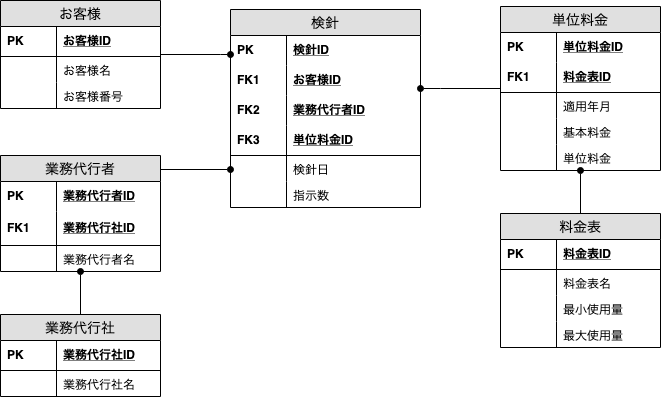
Above: 006_gas_meter_check.png in chihaso/rakurakuERD (draw.io), before the change. Source tidied: cells renumbered, new cells last; positions are measured from the earlier drawing's top-left corner, leaving out a move shared by most shapes.
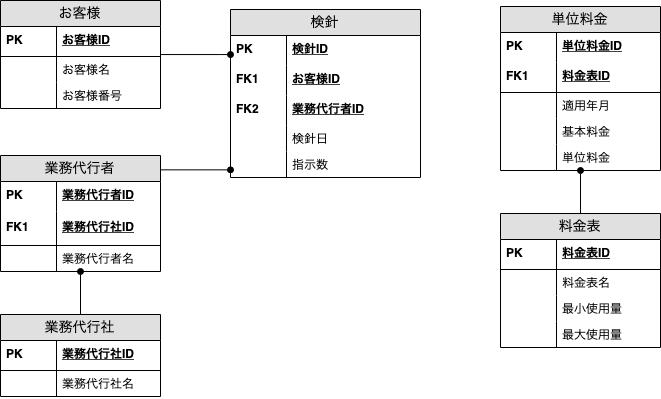
Later version of the same file.

Commit message:
検針エンティティから単位料金を削除

What changed in the source:
```diff
@@ -3,7 +3,7 @@
     <mxCell id="0" />
     <mxCell id="1" parent="0" />
     <mxCell id="2" value="検針" style="swimlane;fontStyle=0;horizontal=1;startSize=26;fillColor=#e0e0e0;swimlaneFillColor=#ffffff;align=center;fontSize=14;" parent="1" vertex="1">
-      <mxGeometry x="230" y="9" width="190" height="198" as="geometry" />
+      <mxGeometry x="230" y="9" width="190" height="168" as="geometry" />
     </mxCell>
     <mxCell id="3" value="検針ID" style="shape=partialRectangle;top=0;left=0;right=0;bottom=0;align=left;verticalAlign=middle;fillColor=none;spacingLeft=60;spacingRight=4;overflow=hidden;fontStyle=5;fontSize=12;" parent="2" vertex="1">
       <mxGeometry y="26" width="190" height="30" as="geometry" />
@@ -23,20 +23,14 @@
     <mxCell id="8" value="FK2" style="shape=partialRectangle;fontStyle=1;top=0;left=0;bottom=0;fillColor=none;align=left;verticalAlign=middle;spacingLeft=4;spacingRight=4;overflow=hidden;fontSize=12;" parent="7" vertex="1">
       <mxGeometry width="56" height="30" as="geometry" />
     </mxCell>
-    <mxCell id="9" value="単位料金ID" style="shape=partialRectangle;top=0;left=0;right=0;bottom=1;align=left;verticalAlign=middle;fillColor=none;spacingLeft=60;spacingRight=4;overflow=hidden;fontStyle=5;fontSize=12;" parent="2" vertex="1">
-      <mxGeometry y="116" width="190" height="30" as="geometry" />
-    </mxCell>
-    <mxCell id="10" value="FK3" style="shape=partialRectangle;fontStyle=1;top=0;left=0;bottom=0;fillColor=none;align=left;verticalAlign=middle;spacingLeft=4;spacingRight=4;overflow=hidden;fontSize=12;" parent="9" vertex="1">
-      <mxGeometry width="56" height="30" as="geometry" />
-    </mxCell>
     <mxCell id="11" value="検針日" style="shape=partialRectangle;top=0;left=0;right=0;bottom=0;align=left;verticalAlign=top;fillColor=none;spacingLeft=60;spacingRight=4;overflow=hidden;fontSize=12;" parent="2" vertex="1">
-      <mxGeometry y="146" width="190" height="26" as="geometry" />
+      <mxGeometry y="116" width="190" height="26" as="geometry" />
     </mxCell>
     <mxCell id="12" style="shape=partialRectangle;top=0;left=0;bottom=0;fillColor=none;align=left;verticalAlign=top;spacingLeft=4;spacingRight=4;overflow=hidden;fontSize=12;" parent="11" vertex="1">
       <mxGeometry width="56" height="26" as="geometry" />
     </mxCell>
     <mxCell id="13" value="指示数" style="shape=partialRectangle;top=0;left=0;right=0;bottom=0;align=left;verticalAlign=top;fillColor=none;spacingLeft=60;spacingRight=4;overflow=hidden;fontSize=12;" parent="2" vertex="1">
-      <mxGeometry y="172" width="190" height="26" as="geometry" />
+      <mxGeometry y="142" width="190" height="26" as="geometry" />
     </mxCell>
     <mxCell id="14" style="shape=partialRectangle;top=0;left=0;bottom=0;fillColor=none;align=left;verticalAlign=top;spacingLeft=4;spacingRight=4;overflow=hidden;fontSize=12;" parent="13" vertex="1">
       <mxGeometry width="56" height="26" as="geometry" />
@@ -140,14 +134,6 @@
     <mxCell id="44" style="shape=partialRectangle;top=0;left=0;bottom=0;fillColor=none;align=left;verticalAlign=top;spacingLeft=4;spacingRight=4;overflow=hidden;fontSize=12;" parent="43" vertex="1">
       <mxGeometry width="56" height="26" as="geometry" />
     </mxCell>
-    <mxCell id="45" style="edgeStyle=orthogonalEdgeStyle;rounded=0;jettySize=auto;html=1;endArrow=oval;endFill=1;" parent="1" edge="1" source="46" target="2">
-      <mxGeometry relative="1" as="geometry">
-        <Array as="points">
-          <mxPoint x="440" y="88" />
-          <mxPoint x="440" y="88" />
-        </Array>
-      </mxGeometry>
-    </mxCell>
     <mxCell id="46" value="単位料金" style="swimlane;fontStyle=0;horizontal=1;startSize=26;fillColor=#e0e0e0;swimlaneFillColor=#ffffff;align=center;fontSize=14;" parent="1" vertex="1">
       <mxGeometry x="500" y="6" width="160" height="164" as="geometry" />
     </mxCell>
```
